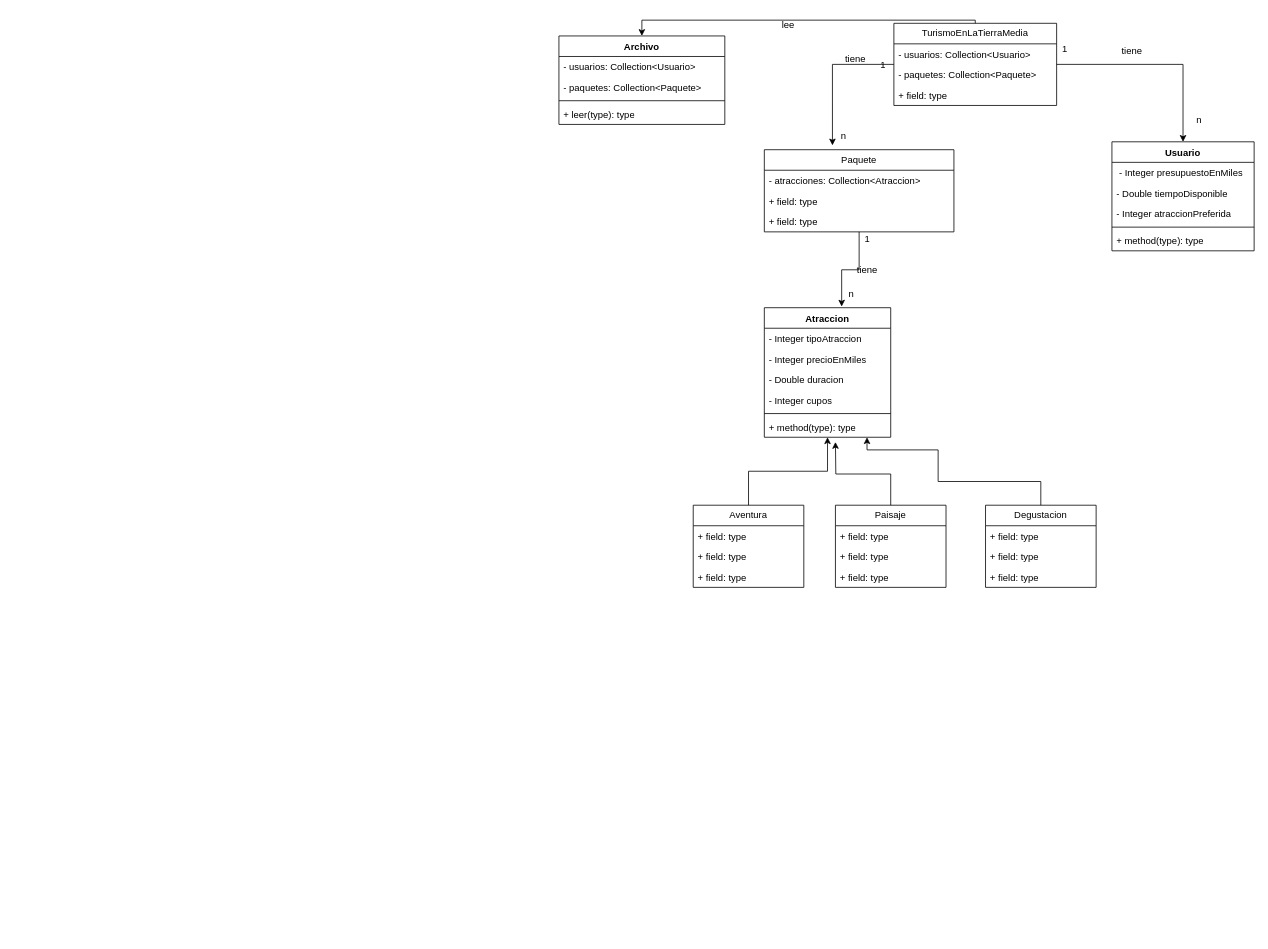
ChristianRojasR/TCP-Programacion-Avanzada keeps this draw.io diagram as ParadigmasBorrador .drawio. Above is the earlier version. Source tidied: cells renumbered, new cells numbered last; positions are measured from the earlier drawing's top-left corner, leaving out a move shared by most shapes. Both pictures are drawn from the tidied source at 79%, with x=0, y=0 at pixel (559, 13).
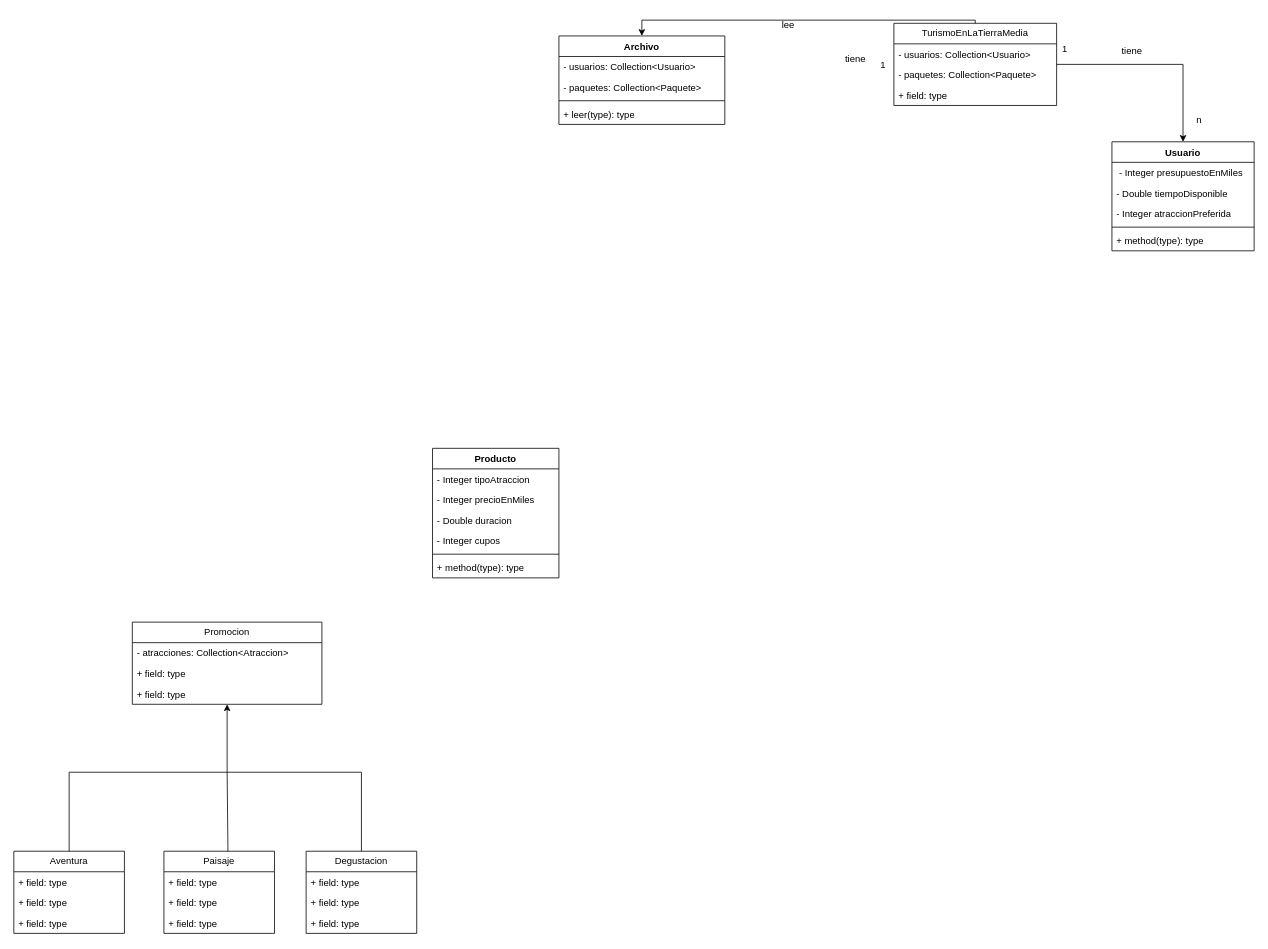
The same page after the edit.

Unchanged cells that the change refers to:
```xml
<mxCell id="18" value="TurismoEnLaTierraMedia" style="swimlane;fontStyle=0;horizontal=1;startSize=26;fillColor=none;whiteSpace=wrap;html=1;" parent="1" vertex="1">
  <mxGeometry x="424" y="12" width="206" height="104" as="geometry" />
</mxCell>
<mxCell id="31" value="+ field: type" style="text;strokeColor=none;fillColor=none;align=left;verticalAlign=top;spacingLeft=4;spacingRight=4;overflow=hidden;points=[[0,0.5],[1,0.5]];portConstraint=eastwest;whiteSpace=wrap;html=1;" parent="28" vertex="1">
  <mxGeometry y="78" width="240" height="26" as="geometry" />
</mxCell>
```

The edit, as a diff of the source:
```diff
@@
-    <mxCell id="2" value="Atraccion" style="swimlane;fontStyle=1;align=center;verticalAlign=top;horizontal=1;startSize=26;whiteSpace=wrap;html=1;" parent="1" vertex="1">
-      <mxGeometry x="260" y="372" width="160" height="164" as="geometry" />
+    <mxCell id="2" value="Producto" style="swimlane;fontStyle=1;align=center;verticalAlign=top;horizontal=1;startSize=26;whiteSpace=wrap;html=1;" parent="1" vertex="1">
+      <mxGeometry x="-160" y="550" width="160" height="164" as="geometry" />
     </mxCell>
@@
-    <mxCell id="15" style="edgeStyle=orthogonalEdgeStyle;rounded=0;jettySize=auto;html=1;entryX=0.041;entryY=0.884;entryDx=0;entryDy=0;entryPerimeter=0;" parent="1" edge="1" source="18" target="34">
-      <mxGeometry relative="1" as="geometry" />
-    </mxCell>
@@
-    <mxCell id="22" style="edgeStyle=orthogonalEdgeStyle;rounded=0;jettySize=auto;html=1;" parent="1" edge="1" source="23" target="2">
-      <mxGeometry relative="1" as="geometry" />
-    </mxCell>
     <mxCell id="23" value="Aventura" style="swimlane;fontStyle=0;horizontal=1;startSize=26;fillColor=none;whiteSpace=wrap;html=1;" parent="1" vertex="1">
-      <mxGeometry x="170" y="622" width="140" height="104" as="geometry" />
+      <mxGeometry x="-690" y="1060" width="140" height="104" as="geometry" />
     </mxCell>
@@
-    <mxCell id="27" style="edgeStyle=orthogonalEdgeStyle;rounded=0;jettySize=auto;html=1;entryX=0.612;entryY=-0.009;entryDx=0;entryDy=0;entryPerimeter=0;" parent="1" edge="1" source="28" target="2">
-      <mxGeometry relative="1" as="geometry" />
-    </mxCell>
-    <mxCell id="28" value="Paquete" style="swimlane;fontStyle=0;horizontal=1;startSize=26;fillColor=none;whiteSpace=wrap;html=1;" parent="1" vertex="1">
-      <mxGeometry x="260" y="172" width="240" height="104" as="geometry" />
+    <mxCell id="28" value="Promocion" style="swimlane;fontStyle=0;horizontal=1;startSize=26;fillColor=none;whiteSpace=wrap;html=1;" parent="1" vertex="1">
+      <mxGeometry x="-540" y="770" width="240" height="104" as="geometry" />
     </mxCell>
@@
-    <mxCell id="34" value="n" style="text;html=1;align=center;verticalAlign=middle;points=[];strokeColor=none;fillColor=none;" parent="1" vertex="1">
-      <mxGeometry x="345" y="140" width="30" height="30" as="geometry" />
-    </mxCell>
-    <mxCell id="35" value="tiene" style="text;html=1;align=center;verticalAlign=middle;strokeColor=none;fillColor=none;" parent="1" vertex="1">
-      <mxGeometry x="365" y="310" width="50" height="30" as="geometry" />
-    </mxCell>
@@
-    <mxCell id="39" value="n" style="text;html=1;align=center;verticalAlign=middle;strokeColor=none;fillColor=none;" parent="1" vertex="1">
-      <mxGeometry x="355" y="340" width="30" height="30" as="geometry" />
-    </mxCell>
-    <mxCell id="40" value="1" style="text;html=1;align=center;verticalAlign=middle;strokeColor=none;fillColor=none;" parent="1" vertex="1">
-      <mxGeometry x="375" y="270" width="30" height="30" as="geometry" />
-    </mxCell>
-    <mxCell id="41" style="edgeStyle=orthogonalEdgeStyle;rounded=0;jettySize=auto;html=1;" parent="1" edge="1" source="42">
-      <mxGeometry relative="1" as="geometry">
-        <mxPoint x="350" y="542" as="targetPoint" />
-      </mxGeometry>
-    </mxCell>
     <mxCell id="42" value="Paisaje" style="swimlane;fontStyle=0;horizontal=1;startSize=26;fillColor=none;whiteSpace=wrap;html=1;" parent="1" vertex="1">
-      <mxGeometry x="350" y="622" width="140" height="104" as="geometry" />
+      <mxGeometry x="-500" y="1060" width="140" height="104" as="geometry" />
     </mxCell>
@@
-    <mxCell id="46" style="edgeStyle=orthogonalEdgeStyle;rounded=0;jettySize=auto;html=1;" parent="1" edge="1" source="47" target="2">
-      <mxGeometry relative="1" as="geometry">
-        <Array as="points">
-          <mxPoint x="610" y="592" />
-          <mxPoint x="480" y="592" />
-          <mxPoint x="480" y="552" />
-          <mxPoint x="390" y="552" />
-        </Array>
-      </mxGeometry>
-    </mxCell>
     <mxCell id="47" value="Degustacion" style="swimlane;fontStyle=0;horizontal=1;startSize=26;fillColor=none;whiteSpace=wrap;html=1;" parent="1" vertex="1">
-      <mxGeometry x="540" y="622" width="140" height="104" as="geometry" />
+      <mxGeometry x="-320" y="1060" width="140" height="104" as="geometry" />
     </mxCell>
@@
+    <mxCell id="57" style="endArrow=classic;html=1;rounded=0;" parent="1" edge="1" target="31">
+      <mxGeometry relative="1" as="geometry">
+        <mxPoint x="-420" y="960" as="sourcePoint" />
+      </mxGeometry>
+    </mxCell>
+    <mxCell id="58" style="endArrow=none;html=1;rounded=0;" parent="1" edge="1">
+      <mxGeometry relative="1" as="geometry">
+        <mxPoint x="-620" y="960" as="sourcePoint" />
+        <mxPoint x="-250" y="960" as="targetPoint" />
+      </mxGeometry>
+    </mxCell>
+    <mxCell id="59" style="endArrow=none;html=1;rounded=0;exitX=0.5;exitY=0;exitDx=0;exitDy=0;" parent="1" edge="1" source="47">
+      <mxGeometry relative="1" as="geometry">
+        <mxPoint x="-250" y="960" as="targetPoint" />
+      </mxGeometry>
+    </mxCell>
+    <mxCell id="60" style="endArrow=none;html=1;rounded=0;exitX=0.579;exitY=0.002;exitDx=0;exitDy=0;exitPerimeter=0;" parent="1" edge="1" source="42">
+      <mxGeometry relative="1" as="geometry">
+        <mxPoint x="-420" y="960" as="targetPoint" />
+      </mxGeometry>
+    </mxCell>
+    <mxCell id="61" style="endArrow=none;html=1;rounded=0;exitX=0.5;exitY=0;exitDx=0;exitDy=0;" parent="1" edge="1" source="23">
+      <mxGeometry relative="1" as="geometry">
+        <mxPoint x="-620" y="960" as="targetPoint" />
+      </mxGeometry>
+    </mxCell>
```
